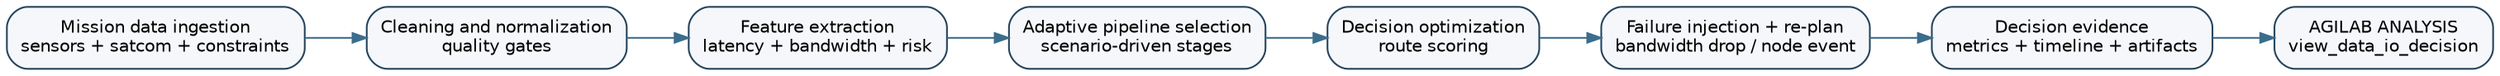
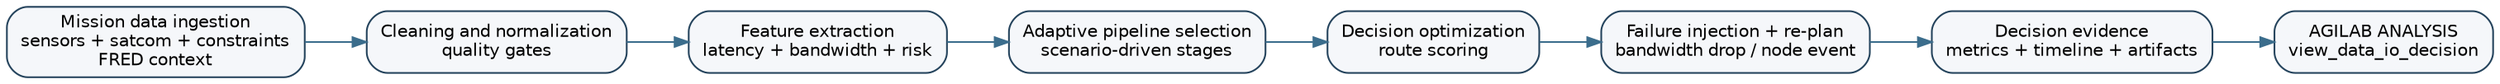
digraph data_io_2026_pipeline {
  rankdir=LR;
  graph [fontname="Helvetica", fontsize=10];
  node [shape=box, style="rounded,filled", fillcolor="#F5F7FA", color="#24435C", fontname="Helvetica", fontsize=10];
  edge [color="#3B6D8C", arrowsize=0.8];

-   ingest [label="Mission data ingestion\nsensors + satcom + constraints"];
+   ingest [label="Mission data ingestion\nsensors + satcom + constraints\nFRED context"];
  clean [label="Cleaning and normalization\nquality gates"];
  features [label="Feature extraction\nlatency + bandwidth + risk"];
  pipeline [label="Adaptive pipeline selection\nscenario-driven stages"];
  optimize [label="Decision optimization\nroute scoring"];
  adapt [label="Failure injection + re-plan\nbandwidth drop / node event"];
  evidence [label="Decision evidence\nmetrics + timeline + artifacts"];
  analysis [label="AGILAB ANALYSIS\nview_data_io_decision"];

  ingest -> clean -> features -> pipeline -> optimize -> adapt -> evidence -> analysis;
}
